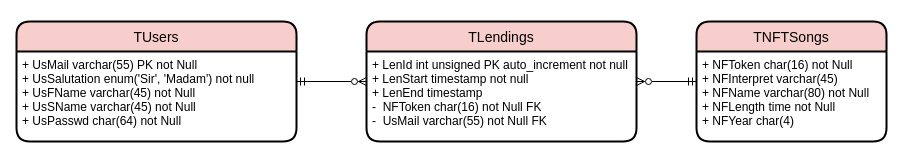
Before: Sql/Analyse/JukeStackDatabaseSchema_JosuaSimeonSinan.drawio in MrS-E/jukeStack_Josua_Simeon_Sinan, a draw.io diagram. Source tidied: cells renumbered, new cells numbered last; positions are measured from the earlier drawing's top-left corner, leaving out a move shared by most shapes. Both pictures are drawn from the tidied source at 100%, with x=0, y=0 at pixel (16, 21).
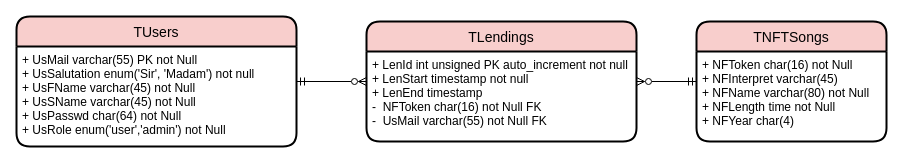
The same page after the edit.

Commit message (it also covers changes not shown here):
Update Database Schema

add UsRole to TUsers, identifies the user if it is an admin or an user

The edit, as a diff of the source:
```diff
@@
 <mxGraphModel>
   <root>
     <mxCell id="0" />
     <mxCell id="1" parent="0" />
     <mxCell id="2" value="TUsers" style="swimlane;horizontal=1;startSize=30;rounded=1;fontSize=14;fontStyle=0;strokeWidth=2;shadow=0;dashed=0;align=center;fillColor=#f8cecc;strokeColor=#000000;" parent="1" vertex="1">
-      <mxGeometry width="280" height="120" as="geometry" />
+      <mxGeometry y="-5" width="280" height="130" as="geometry" />
     </mxCell>
-    <mxCell id="3" value="+ UsMail varchar(55) PK not Null&#10;+ UsSalutation enum('Sir', 'Madam') not null&#10;+ UsFName varchar(45) not Null&#10;+ UsSName varchar(45) not Null&#10;+ UsPasswd char(64) not Null&#10;&#10;" style="align=left;strokeColor=none;fillColor=none;spacingLeft=4;fontSize=12;verticalAlign=top;" parent="2" vertex="1">
-      <mxGeometry y="30" width="280" height="90" as="geometry" />
+    <mxCell id="3" value="+ UsMail varchar(55) PK not Null&#10;+ UsSalutation enum('Sir', 'Madam') not null&#10;+ UsFName varchar(45) not Null&#10;+ UsSName varchar(45) not Null&#10;+ UsPasswd char(64) not Null&#10;+ UsRole enum('user','admin') not Null&#10;&#10;" style="align=left;strokeColor=none;fillColor=none;spacingLeft=4;fontSize=12;verticalAlign=top;" parent="2" vertex="1">
+      <mxGeometry y="30" width="280" height="100" as="geometry" />
     </mxCell>
     <mxCell id="4" value="TNFTSongs" style="swimlane;horizontal=1;startSize=30;rounded=1;fontSize=14;fontStyle=0;strokeWidth=2;shadow=0;dashed=0;align=center;fillColor=#f8cecc;strokeColor=#000000;" parent="1" vertex="1">
       <mxGeometry x="680" width="190" height="120" as="geometry" />
     </mxCell>
     <mxCell id="5" value="+ NFToken char(16) not Null&#10;+ NFInterpret varchar(45)&#10;+ NFName varchar(80) not Null&#10;+ NFLength time not Null&#10;+ NFYear char(4)" style="align=left;strokeColor=none;fillColor=none;spacingLeft=4;fontSize=12;verticalAlign=top;" parent="4" vertex="1">
       <mxGeometry y="30" width="190" height="90" as="geometry" />
     </mxCell>
     <mxCell id="6" style="edgeStyle=orthogonalEdgeStyle;rounded=0;jettySize=auto;html=1;entryX=1;entryY=0.5;entryDx=0;entryDy=0;startArrow=ERzeroToMany;startFill=0;endArrow=ERmandOne;endFill=0;" parent="1" edge="1" source="8" target="2">
       <mxGeometry relative="1" as="geometry" />
     </mxCell>
     <mxCell id="7" style="edgeStyle=orthogonalEdgeStyle;rounded=0;jettySize=auto;html=1;entryX=0;entryY=0.5;entryDx=0;entryDy=0;startArrow=ERzeroToMany;startFill=0;endArrow=ERmandOne;endFill=0;" parent="1" edge="1" source="8" target="4">
       <mxGeometry relative="1" as="geometry" />
     </mxCell>
     <mxCell id="8" value="TLendings" style="swimlane;horizontal=1;startSize=30;rounded=1;fontSize=14;fontStyle=0;strokeWidth=2;shadow=0;dashed=0;align=center;fillColor=#f8cecc;strokeColor=#000000;" parent="1" vertex="1">
       <mxGeometry x="350" width="270" height="120" as="geometry" />
     </mxCell>
     <mxCell id="9" value="+ LenId int unsigned PK auto_increment not null&#10;+ LenStart timestamp not null&#10;+ LenEnd timestamp&#10;-  NFToken char(16) not Null FK&#10;-  UsMail varchar(55) not Null FK" style="align=left;strokeColor=none;fillColor=none;spacingLeft=4;fontSize=12;verticalAlign=top;" parent="8" vertex="1">
       <mxGeometry y="30" width="270" height="90" as="geometry" />
     </mxCell>
   </root>
 </mxGraphModel>
```
